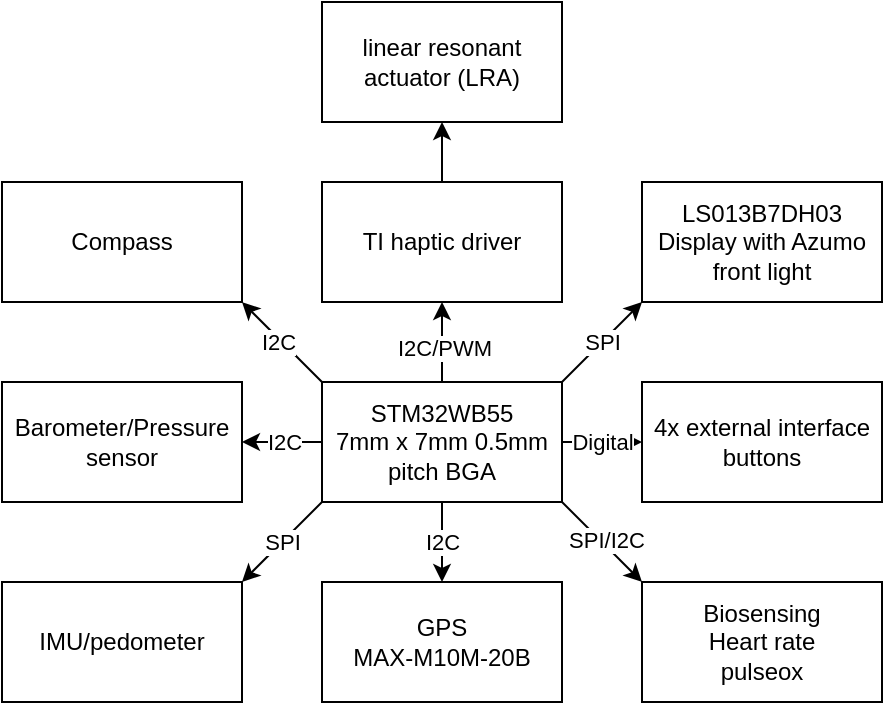
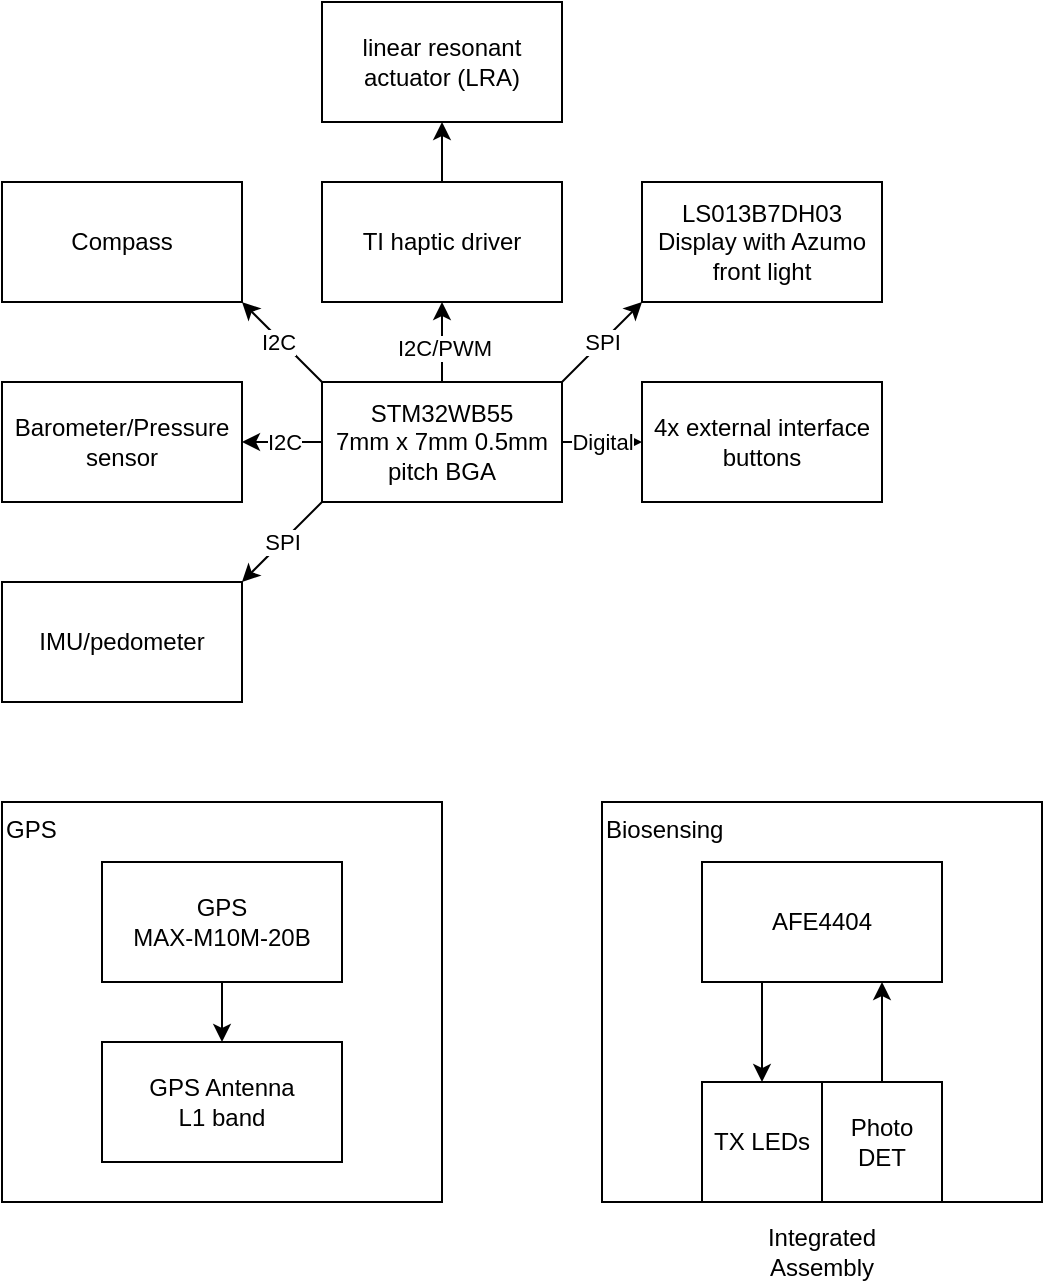
<mxfile host="app.diagrams.net">
  <diagram name="Page-1" id="Q3WwTuGCmdNWlt00-iV6">
-     <mxGraphModel dx="1003" dy="653" grid="1" gridSize="10" guides="1" tooltips="1" connect="1" arrows="1" fold="1" page="1" pageScale="1" pageWidth="850" pageHeight="1100" math="0" shadow="0">
+     <mxGraphModel dx="688" dy="447" grid="1" gridSize="10" guides="1" tooltips="1" connect="1" arrows="1" fold="1" page="1" pageScale="1" pageWidth="850" pageHeight="1100" math="0" shadow="0">
      <root>
        <mxCell id="0" />
        <mxCell id="1" parent="0" />
-         <mxCell id="h2kge1uLGoelDCF7felu-6" edge="1" parent="1" source="h2kge1uLGoelDCF7felu-1" style="rounded=0;orthogonalLoop=1;jettySize=auto;html=1;exitX=1;exitY=1;exitDx=0;exitDy=0;entryX=0;entryY=0;entryDx=0;entryDy=0;" target="h2kge1uLGoelDCF7felu-5">
-           <mxGeometry relative="1" as="geometry" />
-         </mxCell>
-         <mxCell id="h2kge1uLGoelDCF7felu-22" connectable="0" parent="h2kge1uLGoelDCF7felu-6" style="edgeLabel;html=1;align=center;verticalAlign=middle;resizable=0;points=[];" value="SPI/I2C" vertex="1">
-           <mxGeometry relative="1" x="0.0036" y="2" as="geometry">
-             <mxPoint as="offset" />
-           </mxGeometry>
-         </mxCell>
-         <mxCell id="h2kge1uLGoelDCF7felu-7" edge="1" parent="1" source="h2kge1uLGoelDCF7felu-1" style="edgeStyle=orthogonalEdgeStyle;rounded=0;orthogonalLoop=1;jettySize=auto;html=1;" target="h2kge1uLGoelDCF7felu-2" value="">
-           <mxGeometry relative="1" as="geometry" />
-         </mxCell>
-         <mxCell id="h2kge1uLGoelDCF7felu-21" connectable="0" parent="h2kge1uLGoelDCF7felu-7" style="edgeLabel;html=1;align=center;verticalAlign=middle;resizable=0;points=[];" value="I2C" vertex="1">
-           <mxGeometry relative="1" x="-0.3929" y="-2" as="geometry">
-             <mxPoint x="2" y="8" as="offset" />
-           </mxGeometry>
-         </mxCell>
        <mxCell id="h2kge1uLGoelDCF7felu-8" edge="1" parent="1" source="h2kge1uLGoelDCF7felu-1" style="rounded=0;orthogonalLoop=1;jettySize=auto;html=1;exitX=0;exitY=1;exitDx=0;exitDy=0;entryX=1;entryY=0;entryDx=0;entryDy=0;" target="h2kge1uLGoelDCF7felu-4">
          <mxGeometry relative="1" as="geometry" />
        </mxCell>
        <mxCell id="h2kge1uLGoelDCF7felu-20" connectable="0" parent="h2kge1uLGoelDCF7felu-8" style="edgeLabel;html=1;align=center;verticalAlign=middle;resizable=0;points=[];" value="SPI" vertex="1">
          <mxGeometry relative="1" x="0.2607" as="geometry">
            <mxPoint x="5" y="-5" as="offset" />
          </mxGeometry>
        </mxCell>
        <mxCell id="h2kge1uLGoelDCF7felu-9" edge="1" parent="1" source="h2kge1uLGoelDCF7felu-1" style="edgeStyle=orthogonalEdgeStyle;rounded=0;orthogonalLoop=1;jettySize=auto;html=1;" target="h2kge1uLGoelDCF7felu-3" value="Digital">
          <mxGeometry relative="1" as="geometry" />
        </mxCell>
        <mxCell id="h2kge1uLGoelDCF7felu-11" edge="1" parent="1" source="h2kge1uLGoelDCF7felu-1" style="edgeStyle=orthogonalEdgeStyle;rounded=0;orthogonalLoop=1;jettySize=auto;html=1;" target="h2kge1uLGoelDCF7felu-10" value="">
          <mxGeometry relative="1" as="geometry" />
        </mxCell>
        <mxCell id="h2kge1uLGoelDCF7felu-23" connectable="0" parent="h2kge1uLGoelDCF7felu-11" style="edgeLabel;html=1;align=center;verticalAlign=middle;resizable=0;points=[];" value="I2C" vertex="1">
          <mxGeometry relative="1" x="0.2286" y="-1" as="geometry">
            <mxPoint x="5" y="1" as="offset" />
          </mxGeometry>
        </mxCell>
        <mxCell id="h2kge1uLGoelDCF7felu-15" edge="1" parent="1" source="h2kge1uLGoelDCF7felu-1" style="edgeStyle=orthogonalEdgeStyle;rounded=0;orthogonalLoop=1;jettySize=auto;html=1;" target="h2kge1uLGoelDCF7felu-12" value="">
          <mxGeometry relative="1" as="geometry" />
        </mxCell>
        <mxCell id="h2kge1uLGoelDCF7felu-18" connectable="0" parent="h2kge1uLGoelDCF7felu-15" style="edgeLabel;html=1;align=center;verticalAlign=middle;resizable=0;points=[];" value="I2C/PWM" vertex="1">
          <mxGeometry relative="1" x="-0.1214" y="-1" as="geometry">
            <mxPoint as="offset" />
          </mxGeometry>
        </mxCell>
        <mxCell id="h2kge1uLGoelDCF7felu-17" edge="1" parent="1" source="h2kge1uLGoelDCF7felu-1" style="rounded=0;orthogonalLoop=1;jettySize=auto;html=1;exitX=1;exitY=0;exitDx=0;exitDy=0;entryX=0;entryY=1;entryDx=0;entryDy=0;" target="h2kge1uLGoelDCF7felu-16">
          <mxGeometry relative="1" as="geometry" />
        </mxCell>
        <mxCell id="h2kge1uLGoelDCF7felu-19" connectable="0" parent="h2kge1uLGoelDCF7felu-17" style="edgeLabel;html=1;align=center;verticalAlign=middle;resizable=0;points=[];" value="SPI" vertex="1">
          <mxGeometry relative="1" x="0.025" y="-1" as="geometry">
            <mxPoint x="-1" as="offset" />
          </mxGeometry>
        </mxCell>
        <mxCell id="h2kge1uLGoelDCF7felu-25" edge="1" parent="1" source="h2kge1uLGoelDCF7felu-1" style="rounded=0;orthogonalLoop=1;jettySize=auto;html=1;exitX=0;exitY=0;exitDx=0;exitDy=0;entryX=1;entryY=1;entryDx=0;entryDy=0;" target="h2kge1uLGoelDCF7felu-24">
          <mxGeometry relative="1" as="geometry" />
        </mxCell>
        <mxCell id="h2kge1uLGoelDCF7felu-26" connectable="0" parent="h2kge1uLGoelDCF7felu-25" style="edgeLabel;html=1;align=center;verticalAlign=middle;resizable=0;points=[];" value="I2C" vertex="1">
          <mxGeometry relative="1" x="0.0667" y="2" as="geometry">
            <mxPoint as="offset" />
          </mxGeometry>
        </mxCell>
        <mxCell id="h2kge1uLGoelDCF7felu-1" parent="1" style="rounded=0;whiteSpace=wrap;html=1;" value="STM32WB55&lt;br&gt;7mm x 7mm 0.5mm pitch BGA" vertex="1">
          <mxGeometry height="60" width="120" x="360" y="350" as="geometry" />
        </mxCell>
-         <mxCell id="h2kge1uLGoelDCF7felu-2" parent="1" style="rounded=0;whiteSpace=wrap;html=1;" value="GPS&lt;br&gt;MAX-M10M-20B" vertex="1">
-           <mxGeometry height="60" width="120" x="360" y="450" as="geometry" />
-         </mxCell>
        <mxCell id="h2kge1uLGoelDCF7felu-3" parent="1" style="rounded=0;whiteSpace=wrap;html=1;" value="4x external interface buttons" vertex="1">
          <mxGeometry height="60" width="120" x="520" y="350" as="geometry" />
        </mxCell>
        <mxCell id="h2kge1uLGoelDCF7felu-4" parent="1" style="rounded=0;whiteSpace=wrap;html=1;" value="IMU/pedometer" vertex="1">
          <mxGeometry height="60" width="120" x="200" y="450" as="geometry" />
-         </mxCell>
-         <mxCell id="h2kge1uLGoelDCF7felu-5" parent="1" style="rounded=0;whiteSpace=wrap;html=1;" value="Biosensing&lt;br&gt;Heart rate&lt;br&gt;pulseox" vertex="1">
-           <mxGeometry height="60" width="120" x="520" y="450" as="geometry" />
        </mxCell>
        <mxCell id="h2kge1uLGoelDCF7felu-10" parent="1" style="rounded=0;whiteSpace=wrap;html=1;" value="Barometer/Pressure sensor" vertex="1">
          <mxGeometry height="60" width="120" x="200" y="350" as="geometry" />
        </mxCell>
        <mxCell id="h2kge1uLGoelDCF7felu-14" edge="1" parent="1" source="h2kge1uLGoelDCF7felu-12" style="edgeStyle=orthogonalEdgeStyle;rounded=0;orthogonalLoop=1;jettySize=auto;html=1;" target="h2kge1uLGoelDCF7felu-13" value="">
          <mxGeometry relative="1" as="geometry" />
        </mxCell>
        <mxCell id="h2kge1uLGoelDCF7felu-12" parent="1" style="rounded=0;whiteSpace=wrap;html=1;" value="TI haptic driver" vertex="1">
          <mxGeometry height="60" width="120" x="360" y="250" as="geometry" />
        </mxCell>
        <mxCell id="h2kge1uLGoelDCF7felu-13" parent="1" style="rounded=0;whiteSpace=wrap;html=1;" value="linear resonant actuator (LRA)" vertex="1">
          <mxGeometry height="60" width="120" x="360" y="160" as="geometry" />
        </mxCell>
        <mxCell id="h2kge1uLGoelDCF7felu-16" parent="1" style="rounded=0;whiteSpace=wrap;html=1;" value="LS013B7DH03 Display with Azumo front light" vertex="1">
          <mxGeometry height="60" width="120" x="520" y="250" as="geometry" />
        </mxCell>
        <mxCell id="h2kge1uLGoelDCF7felu-24" parent="1" style="rounded=0;whiteSpace=wrap;html=1;" value="Compass" vertex="1">
          <mxGeometry height="60" width="120" x="200" y="250" as="geometry" />
        </mxCell>
+         <mxCell id="LQjmaEksBFkhwUoNJsDg-6" connectable="0" parent="1" style="group" value="" vertex="1">
+           <mxGeometry height="200" width="220" x="200" y="560" as="geometry" />
+         </mxCell>
+         <mxCell id="LQjmaEksBFkhwUoNJsDg-4" parent="LQjmaEksBFkhwUoNJsDg-6" style="rounded=0;whiteSpace=wrap;html=1;verticalAlign=top;align=left;" value="GPS" vertex="1">
+           <mxGeometry height="200" width="220" as="geometry" />
+         </mxCell>
+         <mxCell id="h2kge1uLGoelDCF7felu-2" parent="LQjmaEksBFkhwUoNJsDg-6" style="rounded=0;whiteSpace=wrap;html=1;" value="GPS&lt;br&gt;MAX-M10M-20B" vertex="1">
+           <mxGeometry height="60" width="120" x="50" y="30" as="geometry" />
+         </mxCell>
+         <mxCell id="LQjmaEksBFkhwUoNJsDg-3" parent="LQjmaEksBFkhwUoNJsDg-6" style="rounded=0;whiteSpace=wrap;html=1;" value="GPS Antenna&lt;br&gt;L1 band" vertex="1">
+           <mxGeometry height="60" width="120" x="50" y="120" as="geometry" />
+         </mxCell>
+         <mxCell id="LQjmaEksBFkhwUoNJsDg-5" edge="1" parent="LQjmaEksBFkhwUoNJsDg-6" source="h2kge1uLGoelDCF7felu-2" style="edgeStyle=orthogonalEdgeStyle;rounded=0;orthogonalLoop=1;jettySize=auto;html=1;" target="LQjmaEksBFkhwUoNJsDg-3" value="">
+           <mxGeometry relative="1" as="geometry" />
+         </mxCell>
+         <mxCell id="LQjmaEksBFkhwUoNJsDg-16" connectable="0" parent="1" style="group" value="" vertex="1">
+           <mxGeometry height="240" width="220" x="500" y="560" as="geometry" />
+         </mxCell>
+         <mxCell id="LQjmaEksBFkhwUoNJsDg-15" parent="LQjmaEksBFkhwUoNJsDg-16" style="text;html=1;whiteSpace=wrap;strokeColor=none;fillColor=none;align=center;verticalAlign=middle;rounded=0;container=0;" value="Integrated Assembly" vertex="1">
+           <mxGeometry height="30" width="60" x="80" y="210" as="geometry" />
+         </mxCell>
+         <mxCell id="LQjmaEksBFkhwUoNJsDg-8" parent="LQjmaEksBFkhwUoNJsDg-16" style="rounded=0;whiteSpace=wrap;html=1;verticalAlign=top;align=left;container=0;" value="Biosensing" vertex="1">
+           <mxGeometry height="200" width="220" as="geometry" />
+         </mxCell>
+         <mxCell id="LQjmaEksBFkhwUoNJsDg-13" edge="1" parent="LQjmaEksBFkhwUoNJsDg-16" source="LQjmaEksBFkhwUoNJsDg-9" style="edgeStyle=orthogonalEdgeStyle;rounded=0;orthogonalLoop=1;jettySize=auto;html=1;exitX=0.25;exitY=1;exitDx=0;exitDy=0;entryX=0.5;entryY=0;entryDx=0;entryDy=0;" target="LQjmaEksBFkhwUoNJsDg-10">
+           <mxGeometry relative="1" as="geometry" />
+         </mxCell>
+         <mxCell id="LQjmaEksBFkhwUoNJsDg-9" parent="LQjmaEksBFkhwUoNJsDg-16" style="rounded=0;whiteSpace=wrap;html=1;container=0;" value="AFE4404" vertex="1">
+           <mxGeometry height="60" width="120" x="50" y="30" as="geometry" />
+         </mxCell>
+         <mxCell id="LQjmaEksBFkhwUoNJsDg-10" parent="LQjmaEksBFkhwUoNJsDg-16" style="rounded=0;whiteSpace=wrap;html=1;container=0;" value="TX LEDs" vertex="1">
+           <mxGeometry height="60" width="60" x="50" y="140" as="geometry" />
+         </mxCell>
+         <mxCell id="LQjmaEksBFkhwUoNJsDg-14" edge="1" parent="LQjmaEksBFkhwUoNJsDg-16" source="LQjmaEksBFkhwUoNJsDg-12" style="edgeStyle=orthogonalEdgeStyle;rounded=0;orthogonalLoop=1;jettySize=auto;html=1;exitX=0.5;exitY=0;exitDx=0;exitDy=0;entryX=0.75;entryY=1;entryDx=0;entryDy=0;" target="LQjmaEksBFkhwUoNJsDg-9">
+           <mxGeometry relative="1" as="geometry" />
+         </mxCell>
+         <mxCell id="LQjmaEksBFkhwUoNJsDg-12" parent="LQjmaEksBFkhwUoNJsDg-16" style="rounded=0;whiteSpace=wrap;html=1;container=0;" value="Photo&lt;br&gt;DET" vertex="1">
+           <mxGeometry height="60" width="60" x="110" y="140" as="geometry" />
+         </mxCell>
      </root>
    </mxGraphModel>
  </diagram>
</mxfile>
